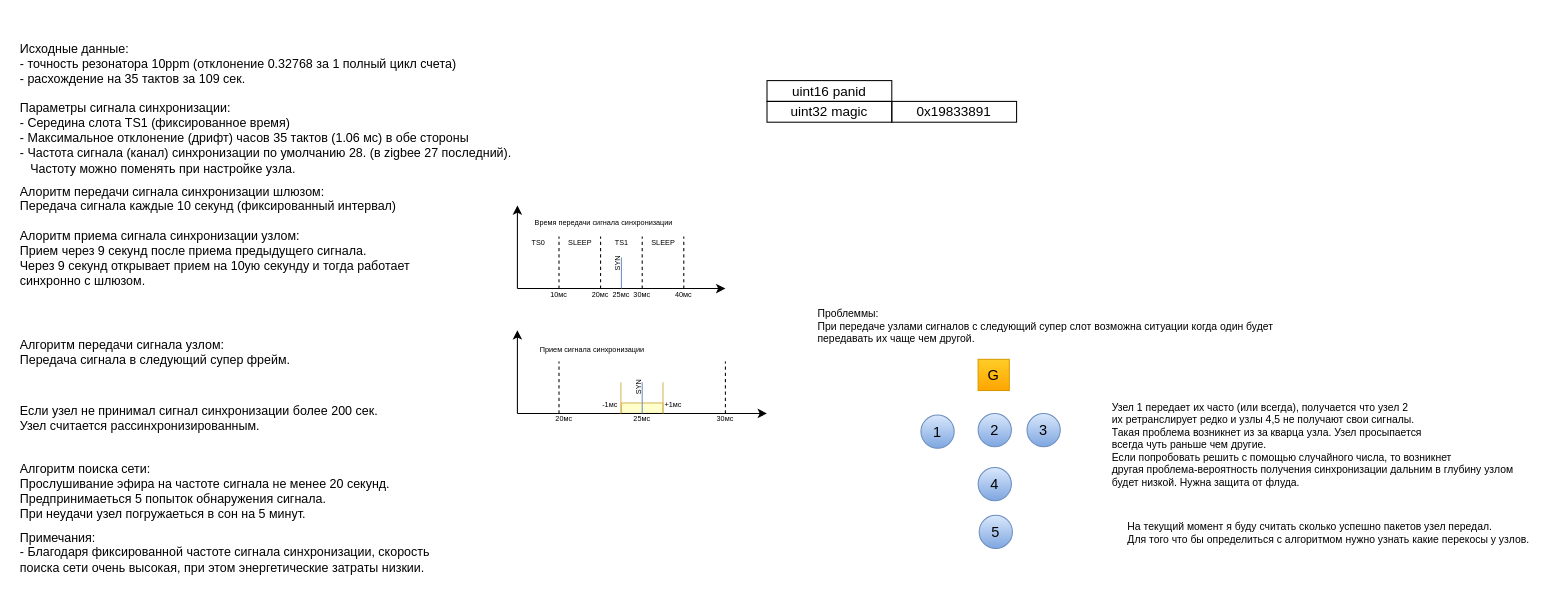
saurex83/WMNU keeps this draw.io diagram as page "ALG SYNC" (10 of 13) of documentation/programm modules/modulse struct.drawio. Above is the earlier version. Source tidied: cells renumbered, new cells numbered last; positions are measured from the earlier drawing's top-left corner, leaving out a move shared by most shapes. Both pictures are drawn from the tidied source at 104%, with x=0, y=0 at pixel (18, 38).
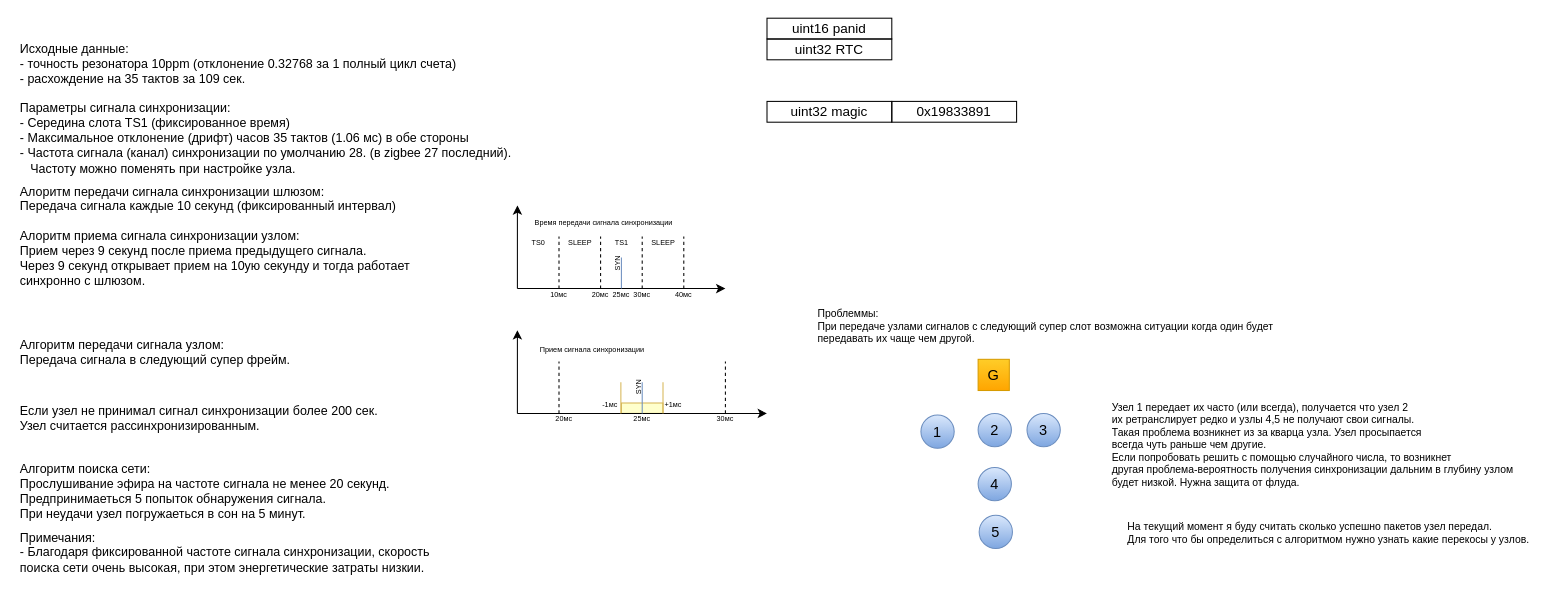
The same diagram, later.

Diff of the diagram source:
```diff
@@
     <mxCell id="43" value="&lt;font style=&quot;font-size: 13px&quot;&gt;uint16&amp;nbsp;panid&lt;/font&gt;" style="rounded=0;whiteSpace=wrap;html=1;strokeColor=#000000;fillColor=none;fontSize=7;align=center;" parent="1" vertex="1">
-      <mxGeometry x="720" y="40" width="120" height="20" as="geometry" />
+      <mxGeometry x="720" y="-20" width="120" height="20" as="geometry" />
     </mxCell>
@@
+    <mxCell id="55" value="&lt;font style=&quot;font-size: 13px&quot;&gt;uint32 RTC&lt;/font&gt;" style="rounded=0;whiteSpace=wrap;html=1;strokeColor=#000000;fillColor=none;fontSize=7;align=center;" parent="1" vertex="1">
+      <mxGeometry x="720" width="120" height="20" as="geometry" />
+    </mxCell>
```
